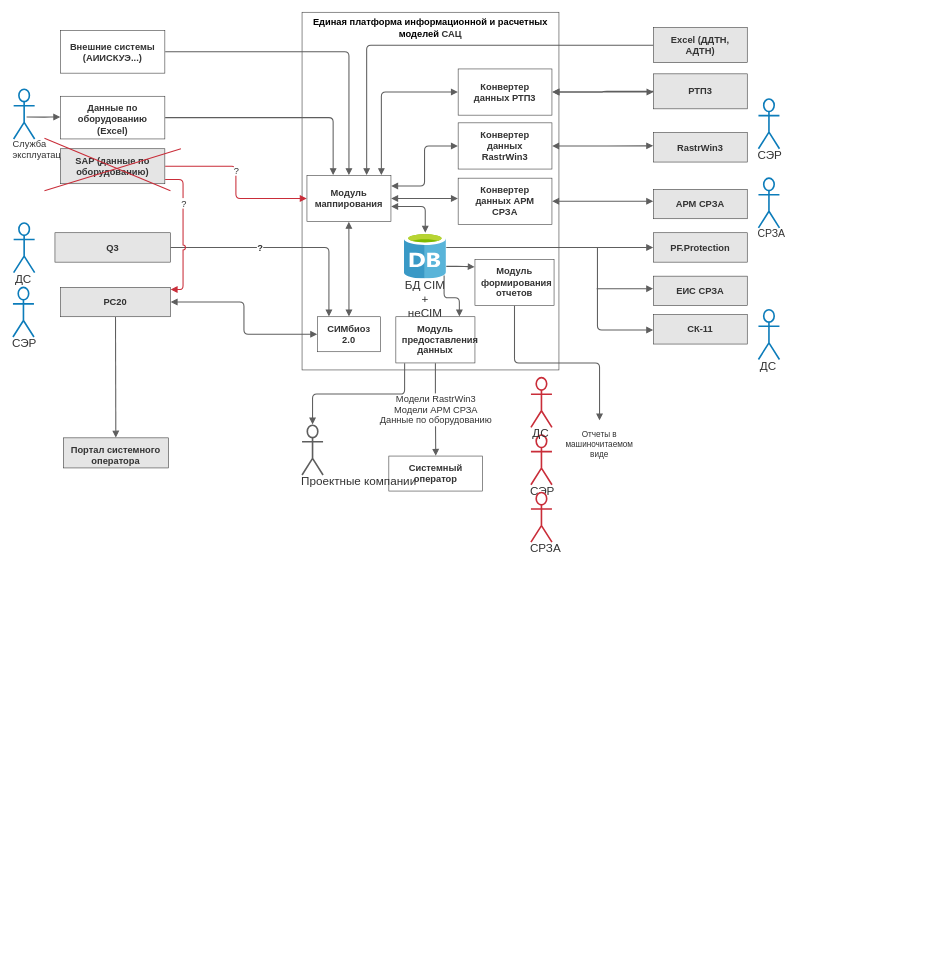
Randyrofed/DrawIO keeps this draw.io diagram as For_Industrial_Enterprises.drawio. Above is the earlier version. Source tidied: cells renumbered, new cells numbered last; positions are measured from the earlier drawing's top-left corner, leaving out a move shared by most shapes. Both pictures are drawn from the tidied source at 70%, with x=0, y=0 at pixel (13, 12).
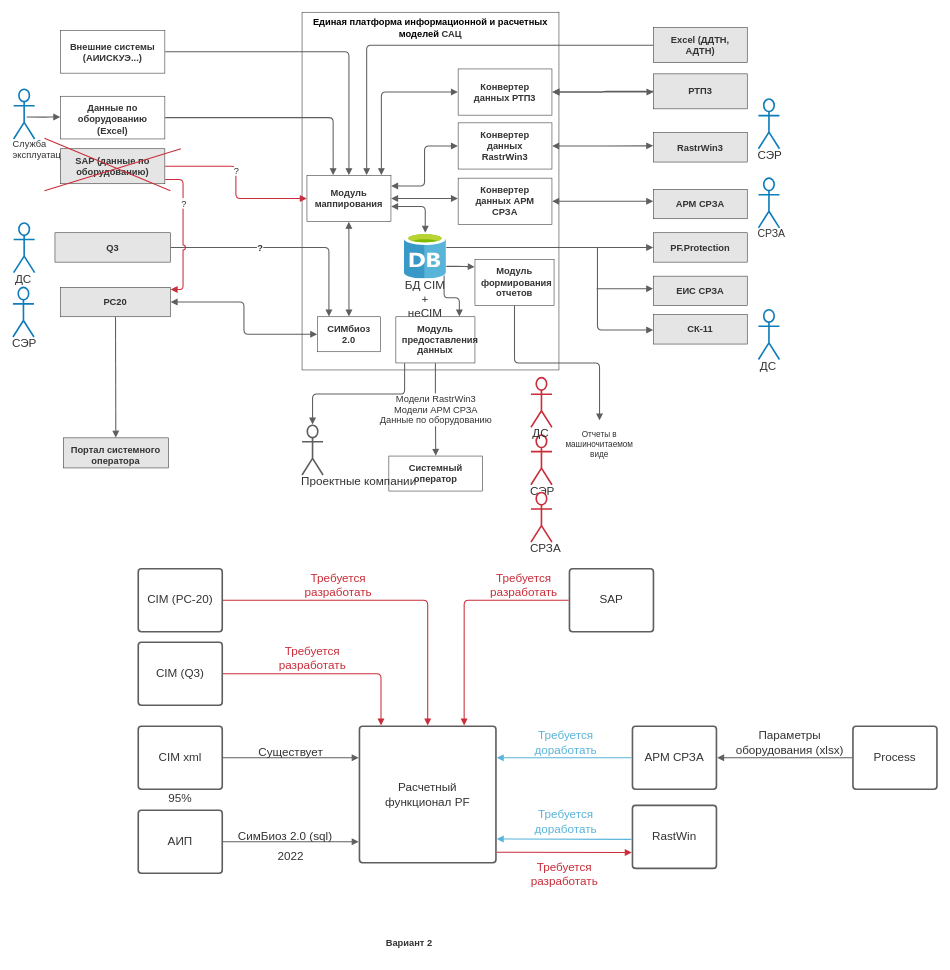
The same page after the edit.

Diff of the diagram source:
```diff
@@
+    <mxCell id="68" value="Вариант 2" style="html=1;overflow=block;blockSpacing=1;whiteSpace=wrap;fontSize=13.3;fontColor=#333333;fontStyle=1;align=left;spacing=3.8;verticalAlign=top;strokeColor=none;fillOpacity=0;fillColor=#ffffff;strokeWidth=0;lucidId=WGJsG5vqR7SB;" parent="1" vertex="1">
+      <mxGeometry x="530" y="1320" width="94" height="30" as="geometry" />
+    </mxCell>
+    <mxCell id="69" value="Расчетный функционал PF" style="html=1;overflow=block;blockSpacing=1;whiteSpace=wrap;fontSize=16.7;fontColor=#333333;spacing=9;strokeColor=#5e5e5e;strokeOpacity=100;rounded=1;absoluteArcSize=1;arcSize=9;strokeWidth=2.3;lucidId=9z2syihQx6nE;" parent="1" vertex="1">
+      <mxGeometry x="495" y="1020" width="195" height="195" as="geometry" />
+    </mxCell>
+    <mxCell id="70" style="html=1;jettySize=18;whiteSpace=wrap;fontSize=13;strokeColor=#5E5E5E;strokeWidth=1.5;rounded=0;startArrow=none;endArrow=block;endFill=1;exitX=1.009;exitY=0.5;exitPerimeter=0;entryX=-0.006;entryY=0.231;entryPerimeter=0;lucidId=hA2szu0PY8gI;" parent="1" edge="1" source="71" target="69">
+      <mxGeometry relative="1" as="geometry" />
+    </mxCell>
+    <mxCell id="71" value="CIM xml" style="html=1;overflow=block;blockSpacing=1;whiteSpace=wrap;fontSize=16.7;fontColor=#333333;spacing=9;strokeColor=#5e5e5e;strokeOpacity=100;rounded=1;absoluteArcSize=1;arcSize=9;strokeWidth=2.3;lucidId=DA2s0FMKBJ7~;" parent="1" vertex="1">
+      <mxGeometry x="179" y="1020" width="120" height="90" as="geometry" />
+    </mxCell>
+    <mxCell id="72" value="АИП" style="html=1;overflow=block;blockSpacing=1;whiteSpace=wrap;fontSize=16.7;fontColor=#333333;spacing=9;strokeColor=#5e5e5e;strokeOpacity=100;rounded=1;absoluteArcSize=1;arcSize=9;strokeWidth=2.3;lucidId=4A2sr.vJaKxw;" parent="1" vertex="1">
+      <mxGeometry x="179" y="1140" width="120" height="90" as="geometry" />
+    </mxCell>
+    <mxCell id="73" style="html=1;jettySize=18;whiteSpace=wrap;fontSize=13;strokeColor=#5E5E5E;strokeWidth=1.5;rounded=0;startArrow=none;endArrow=block;endFill=1;exitX=1.009;exitY=0.5;exitPerimeter=0;entryX=-0.006;entryY=0.846;entryPerimeter=0;lucidId=-A2su_.yIOHN;" parent="1" edge="1" source="72" target="69">
+      <mxGeometry relative="1" as="geometry" />
+    </mxCell>
+    <mxCell id="74" value="СимБиоз 2.0 (sql)" style="html=1;overflow=block;blockSpacing=1;whiteSpace=wrap;fontSize=16.7;fontColor=#333333;spacing=3.8;strokeOpacity=0;fillOpacity=0;rounded=1;absoluteArcSize=1;arcSize=9;fillColor=#ffffff;strokeWidth=2.3;lucidId=qB2s~VpvnJ-f;" parent="1" vertex="1">
+      <mxGeometry x="299" y="1155" width="180" height="45" as="geometry" />
+    </mxCell>
+    <mxCell id="75" value="АРМ СРЗА" style="html=1;overflow=block;blockSpacing=1;whiteSpace=wrap;fontSize=16.7;fontColor=#333333;spacing=9;strokeColor=#5e5e5e;strokeOpacity=100;rounded=1;absoluteArcSize=1;arcSize=9;strokeWidth=2.3;lucidId=CB2sRkIJvQkF;" parent="1" vertex="1">
+      <mxGeometry x="885" y="1020" width="120" height="90" as="geometry" />
+    </mxCell>
+    <mxCell id="76" value="RastWin" style="html=1;overflow=block;blockSpacing=1;whiteSpace=wrap;fontSize=16.7;fontColor=#333333;spacing=9;strokeColor=#5e5e5e;strokeOpacity=100;rounded=1;absoluteArcSize=1;arcSize=9;strokeWidth=2.3;lucidId=CB2s60v84kAL;" parent="1" vertex="1">
+      <mxGeometry x="885" y="1133" width="120" height="90" as="geometry" />
+    </mxCell>
+    <mxCell id="77" style="html=1;jettySize=18;whiteSpace=wrap;fontSize=13;strokeColor=#59b4d9;strokeOpacity=100;strokeWidth=1.5;rounded=0;startArrow=none;endArrow=block;endFill=1;exitX=-0.009;exitY=0.5;exitPerimeter=0;entryX=1.006;entryY=0.231;entryPerimeter=0;lucidId=KB2sYHyh2Cc3;" parent="1" edge="1" source="75" target="69">
+      <mxGeometry relative="1" as="geometry" />
+    </mxCell>
+    <mxCell id="78" style="html=1;jettySize=18;whiteSpace=wrap;fontSize=13;strokeColor=#59b4d9;strokeOpacity=100;strokeWidth=1.5;rounded=0;startArrow=none;endArrow=block;endFill=1;exitX=-0.009;exitY=0.54;exitPerimeter=0;entryX=1.006;entryY=0.826;entryPerimeter=0;lucidId=KB2sZK.Kr8SM;" parent="1" edge="1" source="76" target="69">
+      <mxGeometry relative="1" as="geometry" />
+    </mxCell>
+    <mxCell id="79" value="Process" style="html=1;overflow=block;blockSpacing=1;whiteSpace=wrap;fontSize=16.7;fontColor=#333333;spacing=9;strokeColor=#5e5e5e;strokeOpacity=100;rounded=1;absoluteArcSize=1;arcSize=9;strokeWidth=2.3;lucidId=1C2su6OnU6b-;" parent="1" vertex="1">
+      <mxGeometry x="1200" y="1020" width="120" height="90" as="geometry" />
+    </mxCell>
+    <mxCell id="80" style="html=1;jettySize=18;whiteSpace=wrap;fontSize=13;strokeColor=#5E5E5E;strokeWidth=1.5;rounded=1;arcSize=12;edgeStyle=orthogonalEdgeStyle;startArrow=none;endArrow=block;endFill=1;exitX=-0.009;exitY=0.5;exitPerimeter=0;entryX=1.009;entryY=0.5;entryPerimeter=0;lucidId=7C2spSbrp2_~;" parent="1" edge="1" source="79" target="75">
+      <mxGeometry relative="1" as="geometry" />
+    </mxCell>
+    <mxCell id="81" value="Параметры оборудования (xlsx)" style="html=1;overflow=block;blockSpacing=1;whiteSpace=wrap;fontSize=16.7;fontColor=#333333;spacing=3.8;strokeOpacity=0;fillOpacity=0;rounded=1;absoluteArcSize=1;arcSize=9;fillColor=#ffffff;strokeWidth=2.3;lucidId=_C2sUpLBfjWU;" parent="1" vertex="1">
+      <mxGeometry x="1020" y="1020" width="180" height="48" as="geometry" />
+    </mxCell>
+    <mxCell id="82" style="html=1;jettySize=18;whiteSpace=wrap;fontSize=13;strokeColor=#c92d39;strokeOpacity=100;strokeWidth=1.5;rounded=0;startArrow=none;endArrow=block;endFill=1;exitX=1.006;exitY=0.923;exitPerimeter=0;entryX=-0.009;entryY=0.75;entryPerimeter=0;lucidId=XD2sj5DSzq0a;" parent="1" edge="1" source="69" target="76">
+      <mxGeometry relative="1" as="geometry" />
+    </mxCell>
+    <mxCell id="83" value="Требуется разработать" style="html=1;overflow=block;blockSpacing=1;whiteSpace=wrap;fontSize=16.7;fontColor=#c92d39;spacing=3.8;strokeOpacity=0;fillOpacity=0;rounded=1;absoluteArcSize=1;arcSize=9;fillColor=#ffffff;strokeWidth=2.3;lucidId=~D2sBmCgwCR~;" parent="1" vertex="1">
+      <mxGeometry x="698" y="1208" width="180" height="38" as="geometry" />
+    </mxCell>
+    <mxCell id="84" value="CIM (Q3)" style="html=1;overflow=block;blockSpacing=1;whiteSpace=wrap;fontSize=16.7;fontColor=#333333;spacing=9;strokeColor=#5e5e5e;strokeOpacity=100;rounded=1;absoluteArcSize=1;arcSize=9;strokeWidth=2.3;lucidId=1F2sTsquM1WK;" parent="1" vertex="1">
+      <mxGeometry x="179" y="900" width="120" height="90" as="geometry" />
+    </mxCell>
+    <mxCell id="85" value="CIM (РС-20)" style="html=1;overflow=block;blockSpacing=1;whiteSpace=wrap;fontSize=16.7;fontColor=#333333;spacing=9;strokeColor=#5e5e5e;strokeOpacity=100;rounded=1;absoluteArcSize=1;arcSize=9;strokeWidth=2.3;lucidId=9F2szJzgbYRO;" parent="1" vertex="1">
+      <mxGeometry x="179" y="795" width="120" height="90" as="geometry" />
+    </mxCell>
+    <mxCell id="86" style="html=1;jettySize=18;whiteSpace=wrap;fontSize=13;strokeColor=#c92d39;strokeOpacity=100;strokeWidth=1.5;rounded=1;arcSize=12;edgeStyle=orthogonalEdgeStyle;startArrow=none;endArrow=block;endFill=1;exitX=1.009;exitY=0.5;exitPerimeter=0;entryX=0.158;entryY=-0.006;entryPerimeter=0;lucidId=fG2sQy.VGaqu;" parent="1" edge="1" source="84" target="69">
+      <mxGeometry relative="1" as="geometry" />
+    </mxCell>
+    <mxCell id="87" style="html=1;jettySize=18;whiteSpace=wrap;fontSize=13;strokeColor=#c92d39;strokeOpacity=100;strokeWidth=1.5;rounded=1;arcSize=12;edgeStyle=orthogonalEdgeStyle;startArrow=none;endArrow=block;endFill=1;exitX=1.009;exitY=0.5;exitPerimeter=0;entryX=0.5;entryY=-0.006;entryPerimeter=0;lucidId=jG2sIxi3vIZo;" parent="1" edge="1" source="85" target="69">
+      <mxGeometry relative="1" as="geometry">
+        <Array as="points">
+          <mxPoint x="593" y="840" />
+        </Array>
+      </mxGeometry>
+    </mxCell>
+    <mxCell id="88" value="Существует" style="html=1;overflow=block;blockSpacing=1;whiteSpace=wrap;fontSize=16.7;fontColor=#333333;spacing=3.8;strokeOpacity=0;fillOpacity=0;rounded=1;absoluteArcSize=1;arcSize=9;fillColor=#ffffff;strokeWidth=2.3;lucidId=dH2sXWlFdZO5;" parent="1" vertex="1">
+      <mxGeometry x="307" y="1035" width="180" height="45" as="geometry" />
+    </mxCell>
+    <mxCell id="89" value="95%" style="html=1;overflow=block;blockSpacing=1;whiteSpace=wrap;fontSize=16.7;fontColor=#333333;spacing=3.8;strokeOpacity=0;fillOpacity=0;rounded=1;absoluteArcSize=1;arcSize=9;fillColor=#ffffff;strokeWidth=2.3;lucidId=nH2sjA_q67ax;" parent="1" vertex="1">
+      <mxGeometry x="149" y="1110" width="180" height="23" as="geometry" />
+    </mxCell>
+    <mxCell id="90" value="2022" style="html=1;overflow=block;blockSpacing=1;whiteSpace=wrap;fontSize=16.7;fontColor=#333333;spacing=3.8;strokeOpacity=0;fillOpacity=0;rounded=1;absoluteArcSize=1;arcSize=9;fillColor=#ffffff;strokeWidth=2.3;lucidId=CJ2sQyhjG-TM;" parent="1" vertex="1">
+      <mxGeometry x="307" y="1193" width="180" height="23" as="geometry" />
+    </mxCell>
+    <mxCell id="91" value="Требуется разработать" style="html=1;overflow=block;blockSpacing=1;whiteSpace=wrap;fontSize=16.7;fontColor=#c92d39;spacing=3.8;strokeOpacity=0;fillOpacity=0;rounded=1;absoluteArcSize=1;arcSize=9;fillColor=#ffffff;strokeWidth=2.3;lucidId=RJ2sVVmM9caf;" parent="1" vertex="1">
+      <mxGeometry x="375" y="795" width="180" height="44" as="geometry" />
+    </mxCell>
+    <mxCell id="92" value="Требуется разработать" style="html=1;overflow=block;blockSpacing=1;whiteSpace=wrap;fontSize=16.7;fontColor=#c92d39;spacing=3.8;strokeOpacity=0;fillOpacity=0;rounded=1;absoluteArcSize=1;arcSize=9;fillColor=#ffffff;strokeWidth=2.3;lucidId=-J2svxP_Vmp_;" parent="1" vertex="1">
+      <mxGeometry x="338" y="900" width="180" height="45" as="geometry" />
+    </mxCell>
+    <mxCell id="93" value="SAP" style="html=1;overflow=block;blockSpacing=1;whiteSpace=wrap;fontSize=16.7;fontColor=#333333;spacing=9;strokeColor=#5e5e5e;strokeOpacity=100;rounded=1;absoluteArcSize=1;arcSize=9;strokeWidth=2.3;lucidId=CK2snn9hwHdS;" parent="1" vertex="1">
+      <mxGeometry x="795" y="795" width="120" height="90" as="geometry" />
+    </mxCell>
+    <mxCell id="94" style="html=1;jettySize=18;whiteSpace=wrap;fontSize=13;strokeColor=#c92d39;strokeOpacity=100;strokeWidth=1.5;rounded=1;arcSize=12;edgeStyle=orthogonalEdgeStyle;startArrow=none;endArrow=block;endFill=1;exitX=-0.009;exitY=0.5;exitPerimeter=0;entryX=0.767;entryY=-0.006;entryPerimeter=0;lucidId=5K2sFdjQw~Bn;" parent="1" edge="1" source="93" target="69">
+      <mxGeometry relative="1" as="geometry" />
+    </mxCell>
+    <mxCell id="95" value="Требуется разработать" style="html=1;overflow=block;blockSpacing=1;whiteSpace=wrap;fontSize=16.7;fontColor=#c92d39;spacing=3.8;strokeOpacity=0;fillOpacity=0;rounded=1;absoluteArcSize=1;arcSize=9;fillColor=#ffffff;strokeWidth=2.3;lucidId=cL2sDarYzskR;" parent="1" vertex="1">
+      <mxGeometry x="675" y="795" width="110" height="44" as="geometry" />
+    </mxCell>
+    <mxCell id="96" value="Требуется доработать" style="html=1;overflow=block;blockSpacing=1;whiteSpace=wrap;fontSize=16.7;fontColor=#59b4d9;spacing=3.8;strokeOpacity=0;fillOpacity=0;rounded=1;absoluteArcSize=1;arcSize=9;fillColor=#ffffff;strokeWidth=2.3;lucidId=RL2s_ZrvElzc;" parent="1" vertex="1">
+      <mxGeometry x="735" y="1020" width="110" height="48" as="geometry" />
+    </mxCell>
+    <mxCell id="97" value="Требуется доработать" style="html=1;overflow=block;blockSpacing=1;whiteSpace=wrap;fontSize=16.7;fontColor=#59b4d9;spacing=3.8;strokeOpacity=0;fillOpacity=0;rounded=1;absoluteArcSize=1;arcSize=9;fillColor=#ffffff;strokeWidth=2.3;lucidId=1L2s60H3_Gv0;" parent="1" vertex="1">
+      <mxGeometry x="735" y="1133" width="110" height="48" as="geometry" />
+    </mxCell>
```
